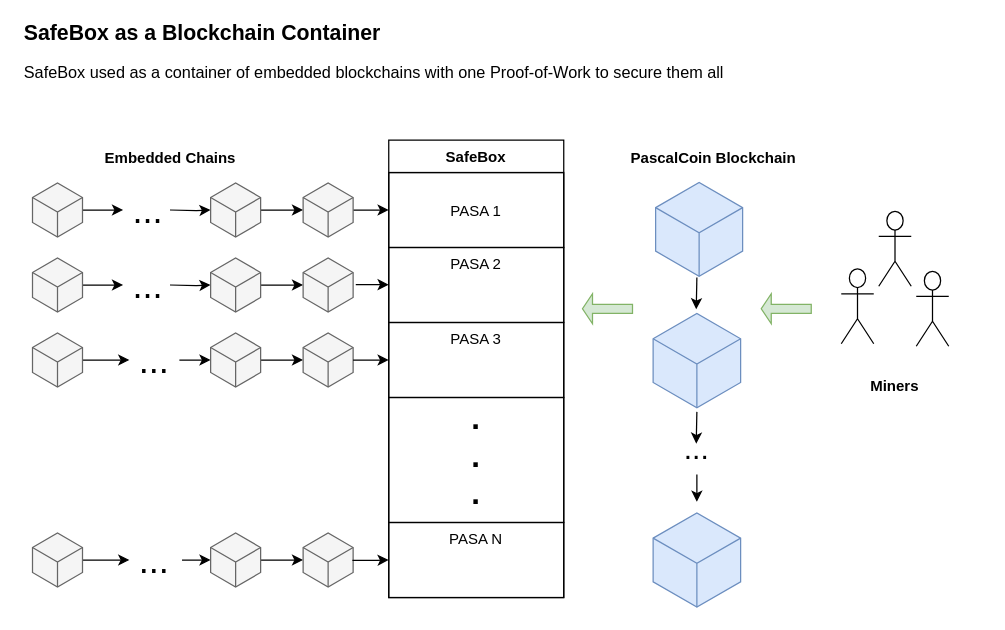
Earlier version of the draw.io diagram PIP/resources/PIP-0029/Embedded-Blockchain.drawio.xml (PascalCoinDev/PascalCoin). Source tidied: cells renumbered, new cells numbered last; positions are measured from the earlier drawing's top-left corner, leaving out a move shared by most shapes. Both pictures are drawn from the tidied source at 125%, with x=0, y=0 at pixel (21, 21).
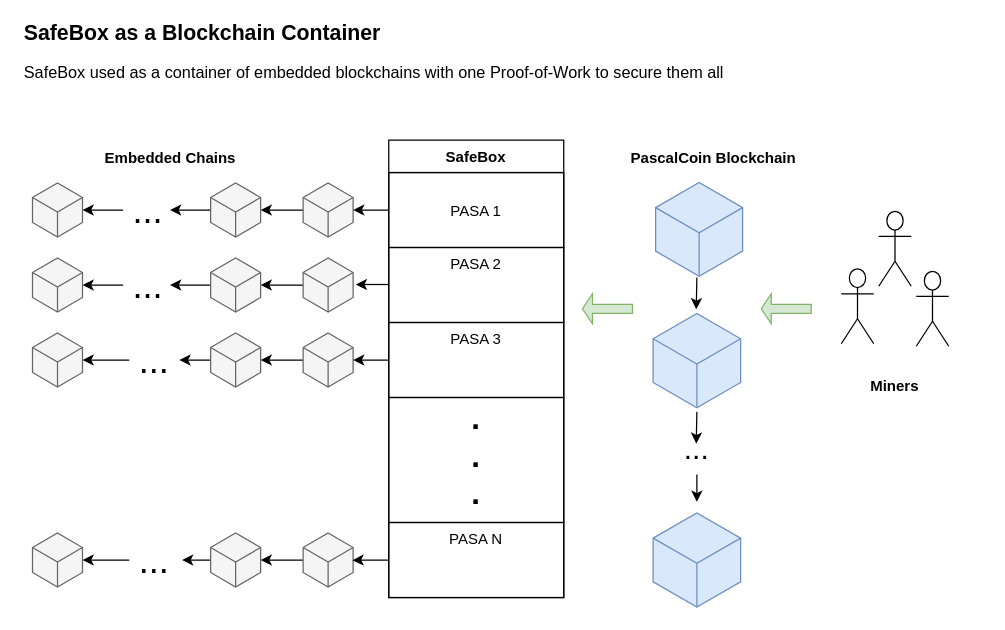
The same diagram, later.

Commit message (it also covers changes not shown here):
PIP-0029: diagram errors

Unchanged cells that the change refers to:
```xml
<mxCell id="3" value="PASA 1" style="text;strokeColor=#000000;fillColor=none;align=center;verticalAlign=middle;spacingLeft=4;spacingRight=4;overflow=hidden;points=[[0,0.5],[1,0.5]];portConstraint=eastwest;fontStyle=0;" parent="2" vertex="1">
  <mxGeometry y="26" width="140" height="60" as="geometry" />
</mxCell>
<mxCell id="5" value="PASA 3&#10;" style="text;strokeColor=#000000;fillColor=none;align=center;verticalAlign=top;spacingLeft=4;spacingRight=4;overflow=hidden;points=[[0,0.5],[1,0.5]];portConstraint=eastwest;fontStyle=0;" parent="2" vertex="1">
  <mxGeometry y="146" width="140" height="60" as="geometry" />
</mxCell>
<mxCell id="7" value="PASA N" style="text;strokeColor=#000000;fillColor=none;align=center;verticalAlign=top;spacingLeft=4;spacingRight=4;overflow=hidden;points=[[0,0.5],[1,0.5]];portConstraint=eastwest;fontStyle=0;" parent="2" vertex="1">
  <mxGeometry y="306" width="140" height="60" as="geometry" />
</mxCell>
<mxCell id="10" style="html=1;whiteSpace=wrap;shape=isoCube;backgroundOutline=1;strokeColor=#666666;fontSize=25;align=center;fillColor=#f5f5f5;fontColor=#333333;" parent="1" vertex="1">
  <mxGeometry x="225" y="128.5" width="40" height="44" as="geometry" />
</mxCell>
<mxCell id="12" style="html=1;whiteSpace=wrap;shape=isoCube;backgroundOutline=1;strokeColor=#666666;fontSize=25;align=center;fillColor=#f5f5f5;fontColor=#333333;" parent="1" vertex="1">
  <mxGeometry x="151" y="128.5" width="40" height="44" as="geometry" />
</mxCell>
<mxCell id="14" style="html=1;whiteSpace=wrap;shape=isoCube;backgroundOutline=1;strokeColor=#666666;fontSize=25;align=center;fillColor=#f5f5f5;fontColor=#333333;" parent="1" vertex="1">
  <mxGeometry x="8.5" y="128.5" width="40" height="44" as="geometry" />
</mxCell>
<mxCell id="15" value="..." style="text;html=1;strokeColor=none;fillColor=none;align=center;verticalAlign=middle;whiteSpace=wrap;rounded=0;fontSize=29;" parent="1" vertex="1">
  <mxGeometry x="81" y="140.5" width="40" height="20" as="geometry" />
</mxCell>
<mxCell id="17" style="html=1;whiteSpace=wrap;shape=isoCube;backgroundOutline=1;strokeColor=#666666;fontSize=25;align=center;fillColor=#f5f5f5;fontColor=#333333;" parent="1" vertex="1">
  <mxGeometry x="225" y="188.5" width="40" height="44" as="geometry" />
</mxCell>
<mxCell id="19" style="html=1;whiteSpace=wrap;shape=isoCube;backgroundOutline=1;strokeColor=#666666;fontSize=25;align=center;fillColor=#f5f5f5;fontColor=#333333;" parent="1" vertex="1">
  <mxGeometry x="151" y="188.5" width="40" height="44" as="geometry" />
</mxCell>
<mxCell id="21" style="html=1;whiteSpace=wrap;shape=isoCube;backgroundOutline=1;strokeColor=#666666;fontSize=25;align=center;fillColor=#f5f5f5;fontColor=#333333;" parent="1" vertex="1">
  <mxGeometry x="8.5" y="188.5" width="40" height="44" as="geometry" />
</mxCell>
<mxCell id="22" value="..." style="text;html=1;strokeColor=none;fillColor=none;align=center;verticalAlign=middle;whiteSpace=wrap;rounded=0;fontSize=29;" parent="1" vertex="1">
  <mxGeometry x="81" y="200.5" width="40" height="20" as="geometry" />
</mxCell>
<mxCell id="24" style="html=1;whiteSpace=wrap;shape=isoCube;backgroundOutline=1;strokeColor=#666666;fontSize=25;align=center;fillColor=#f5f5f5;fontColor=#333333;" parent="1" vertex="1">
  <mxGeometry x="225" y="248.5" width="40" height="44" as="geometry" />
</mxCell>
<mxCell id="26" style="html=1;whiteSpace=wrap;shape=isoCube;backgroundOutline=1;strokeColor=#666666;fontSize=25;align=center;fillColor=#f5f5f5;fontColor=#333333;" parent="1" vertex="1">
  <mxGeometry x="151" y="248.5" width="40" height="44" as="geometry" />
</mxCell>
<mxCell id="28" style="html=1;whiteSpace=wrap;shape=isoCube;backgroundOutline=1;strokeColor=#666666;fontSize=25;align=center;fillColor=#f5f5f5;fontColor=#333333;" parent="1" vertex="1">
  <mxGeometry x="8.5" y="248.5" width="40" height="44" as="geometry" />
</mxCell>
<mxCell id="29" value="..." style="text;html=1;strokeColor=none;fillColor=none;align=center;verticalAlign=middle;whiteSpace=wrap;rounded=0;fontSize=29;" parent="1" vertex="1">
  <mxGeometry x="86" y="260.5" width="40" height="20" as="geometry" />
</mxCell>
<mxCell id="33" style="html=1;whiteSpace=wrap;shape=isoCube;backgroundOutline=1;strokeColor=#666666;fontSize=25;align=center;fillColor=#f5f5f5;fontColor=#333333;" parent="1" vertex="1">
  <mxGeometry x="225" y="408.5" width="40" height="44" as="geometry" />
</mxCell>
<mxCell id="35" style="html=1;whiteSpace=wrap;shape=isoCube;backgroundOutline=1;strokeColor=#666666;fontSize=25;align=center;fillColor=#f5f5f5;fontColor=#333333;" parent="1" vertex="1">
  <mxGeometry x="151" y="408.5" width="40" height="44" as="geometry" />
</mxCell>
<mxCell id="37" style="html=1;whiteSpace=wrap;shape=isoCube;backgroundOutline=1;strokeColor=#666666;fontSize=25;align=center;fillColor=#f5f5f5;fontColor=#333333;" parent="1" vertex="1">
  <mxGeometry x="8.5" y="408.5" width="40" height="44" as="geometry" />
</mxCell>
<mxCell id="38" value="..." style="text;html=1;strokeColor=none;fillColor=none;align=center;verticalAlign=middle;whiteSpace=wrap;rounded=0;fontSize=29;" parent="1" vertex="1">
  <mxGeometry x="86" y="420.5" width="40" height="20" as="geometry" />
</mxCell>
```

Change to the diagram source:
```diff
@@
-    <mxCell id="8" style="edgeStyle=orthogonalEdgeStyle;rounded=0;jettySize=auto;html=1;fontSize=13;" parent="1" edge="1" source="10" target="3">
-      <mxGeometry relative="1" as="geometry" />
-    </mxCell>
-    <mxCell id="9" style="edgeStyle=orthogonalEdgeStyle;rounded=0;jettySize=auto;html=1;fontSize=13;" parent="1" edge="1" source="12" target="10">
+    <mxCell id="9" style="edgeStyle=orthogonalEdgeStyle;rounded=0;jettySize=auto;html=1;fontSize=13;" parent="1" edge="1" source="10" target="12">
       <mxGeometry relative="1" as="geometry" />
     </mxCell>
@@
-    <mxCell id="11" style="edgeStyle=orthogonalEdgeStyle;rounded=0;jettySize=auto;html=1;fontSize=13;" parent="1" edge="1" target="12">
+    <mxCell id="11" style="edgeStyle=orthogonalEdgeStyle;rounded=0;jettySize=auto;html=1;fontSize=13;" parent="1" edge="1" source="12">
       <mxGeometry relative="1" as="geometry">
-        <mxPoint x="118.5" y="150.5" as="sourcePoint" />
+        <mxPoint x="118.5" y="150.5" as="targetPoint" />
       </mxGeometry>
     </mxCell>
@@
-    <mxCell id="13" style="edgeStyle=orthogonalEdgeStyle;rounded=0;jettySize=auto;html=1;fontSize=13;entryX=0;entryY=0.5;entryDx=0;entryDy=0;" parent="1" edge="1" source="14" target="15">
+    <mxCell id="13" style="edgeStyle=orthogonalEdgeStyle;rounded=0;jettySize=auto;html=1;fontSize=13;exitX=0;exitY=0.5;exitDx=0;exitDy=0;" parent="1" edge="1" source="15" target="14">
       <mxGeometry relative="1" as="geometry" />
     </mxCell>
@@
-    <mxCell id="16" style="edgeStyle=orthogonalEdgeStyle;rounded=0;jettySize=auto;html=1;fontSize=13;" parent="1" edge="1" source="19" target="17">
+    <mxCell id="16" style="edgeStyle=orthogonalEdgeStyle;rounded=0;jettySize=auto;html=1;fontSize=13;" parent="1" edge="1" source="17" target="19">
       <mxGeometry relative="1" as="geometry" />
     </mxCell>
@@
-    <mxCell id="18" style="edgeStyle=orthogonalEdgeStyle;rounded=0;jettySize=auto;html=1;fontSize=13;" parent="1" edge="1" target="19">
+    <mxCell id="18" style="edgeStyle=orthogonalEdgeStyle;rounded=0;jettySize=auto;html=1;fontSize=13;" parent="1" edge="1" source="19">
       <mxGeometry relative="1" as="geometry">
-        <mxPoint x="118.5" y="210.5" as="sourcePoint" />
+        <mxPoint x="118.5" y="210.5" as="targetPoint" />
       </mxGeometry>
     </mxCell>
@@
-    <mxCell id="20" style="edgeStyle=orthogonalEdgeStyle;rounded=0;jettySize=auto;html=1;fontSize=13;entryX=0;entryY=0.5;entryDx=0;entryDy=0;" parent="1" edge="1" source="21" target="22">
+    <mxCell id="20" style="edgeStyle=orthogonalEdgeStyle;rounded=0;jettySize=auto;html=1;fontSize=13;exitX=0;exitY=0.5;exitDx=0;exitDy=0;" parent="1" edge="1" source="22" target="21">
       <mxGeometry relative="1" as="geometry" />
     </mxCell>
@@
-    <mxCell id="23" style="edgeStyle=orthogonalEdgeStyle;rounded=0;jettySize=auto;html=1;fontSize=13;" parent="1" edge="1" source="26" target="24">
+    <mxCell id="23" style="edgeStyle=orthogonalEdgeStyle;rounded=0;jettySize=auto;html=1;fontSize=13;" parent="1" edge="1" source="24" target="26">
       <mxGeometry relative="1" as="geometry" />
     </mxCell>
@@
-    <mxCell id="25" style="edgeStyle=orthogonalEdgeStyle;rounded=0;jettySize=auto;html=1;fontSize=13;exitX=1;exitY=0.5;exitDx=0;exitDy=0;" parent="1" edge="1" source="29" target="26">
+    <mxCell id="25" style="edgeStyle=orthogonalEdgeStyle;rounded=0;jettySize=auto;html=1;fontSize=13;entryX=1;entryY=0.5;entryDx=0;entryDy=0;" parent="1" edge="1" source="26" target="29">
       <mxGeometry relative="1" as="geometry" />
     </mxCell>
@@
-    <mxCell id="27" style="edgeStyle=orthogonalEdgeStyle;rounded=0;jettySize=auto;html=1;fontSize=13;entryX=0;entryY=0.5;entryDx=0;entryDy=0;" parent="1" edge="1" source="28" target="29">
+    <mxCell id="27" style="edgeStyle=orthogonalEdgeStyle;rounded=0;jettySize=auto;html=1;fontSize=13;exitX=0;exitY=0.5;exitDx=0;exitDy=0;" parent="1" edge="1" source="29" target="28">
       <mxGeometry relative="1" as="geometry" />
     </mxCell>
@@
-    <mxCell id="30" style="edgeStyle=orthogonalEdgeStyle;rounded=0;jettySize=auto;html=1;fontSize=13;exitX=1.053;exitY=0.493;exitDx=0;exitDy=0;exitPerimeter=0;" parent="1" edge="1" source="17">
+    <mxCell id="30" style="edgeStyle=orthogonalEdgeStyle;rounded=0;jettySize=auto;html=1;fontSize=13;exitX=1.053;exitY=0.493;exitDx=0;exitDy=0;exitPerimeter=0;entryX=1.053;entryY=0.493;entryDx=0;entryDy=0;entryPerimeter=0;" parent="1" edge="1" target="17">
       <mxGeometry relative="1" as="geometry">
-        <mxPoint x="293.5" y="210.1" as="targetPoint" />
+        <mxPoint x="293.5" y="210.1" as="sourcePoint" />
       </mxGeometry>
     </mxCell>
-    <mxCell id="31" style="edgeStyle=orthogonalEdgeStyle;rounded=0;jettySize=auto;html=1;fontSize=13;" parent="1" edge="1" source="24" target="5">
-      <mxGeometry relative="1" as="geometry" />
-    </mxCell>
-    <mxCell id="32" style="edgeStyle=orthogonalEdgeStyle;rounded=0;jettySize=auto;html=1;fontSize=13;" parent="1" edge="1" source="35" target="33">
+    <mxCell id="32" style="edgeStyle=orthogonalEdgeStyle;rounded=0;jettySize=auto;html=1;fontSize=13;" parent="1" edge="1" source="33" target="35">
       <mxGeometry relative="1" as="geometry" />
     </mxCell>
@@
-    <mxCell id="34" style="edgeStyle=orthogonalEdgeStyle;rounded=0;jettySize=auto;html=1;fontSize=13;exitX=1.053;exitY=0.5;exitDx=0;exitDy=0;exitPerimeter=0;" parent="1" edge="1" source="38" target="35">
+    <mxCell id="34" style="edgeStyle=orthogonalEdgeStyle;rounded=0;jettySize=auto;html=1;fontSize=13;entryX=1.053;entryY=0.5;entryDx=0;entryDy=0;entryPerimeter=0;" parent="1" edge="1" source="35" target="38">
       <mxGeometry relative="1" as="geometry" />
     </mxCell>
@@
-    <mxCell id="36" style="edgeStyle=orthogonalEdgeStyle;rounded=0;jettySize=auto;html=1;fontSize=13;entryX=0;entryY=0.5;entryDx=0;entryDy=0;" parent="1" edge="1" source="37" target="38">
+    <mxCell id="36" style="edgeStyle=orthogonalEdgeStyle;rounded=0;jettySize=auto;html=1;fontSize=13;exitX=0;exitY=0.5;exitDx=0;exitDy=0;" parent="1" edge="1" source="38" target="37">
       <mxGeometry relative="1" as="geometry" />
     </mxCell>
@@
-    <mxCell id="39" style="edgeStyle=orthogonalEdgeStyle;rounded=0;jettySize=auto;html=1;fontSize=13;exitX=0.986;exitY=0.505;exitDx=0;exitDy=0;exitPerimeter=0;" parent="1" edge="1" source="33" target="7">
-      <mxGeometry relative="1" as="geometry" />
-    </mxCell>
@@
+    <mxCell id="8" style="edgeStyle=orthogonalEdgeStyle;rounded=0;jettySize=auto;html=1;fontSize=13;" parent="1" edge="1" source="3" target="10">
+      <mxGeometry relative="1" as="geometry" />
+    </mxCell>
+    <mxCell id="31" style="edgeStyle=orthogonalEdgeStyle;rounded=0;jettySize=auto;html=1;fontSize=13;" parent="1" edge="1" source="5" target="24">
+      <mxGeometry relative="1" as="geometry" />
+    </mxCell>
+    <mxCell id="39" style="edgeStyle=orthogonalEdgeStyle;rounded=0;jettySize=auto;html=1;fontSize=13;entryX=0.986;entryY=0.505;entryDx=0;entryDy=0;entryPerimeter=0;" parent="1" edge="1" source="7" target="33">
+      <mxGeometry relative="1" as="geometry" />
+    </mxCell>
```
